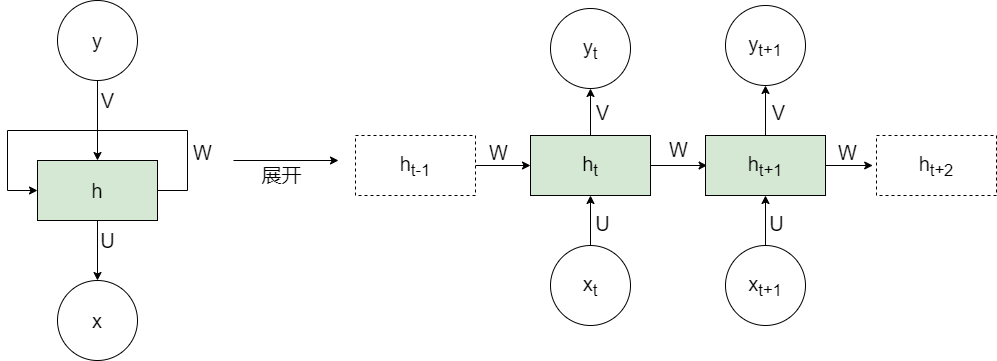
Earlier version of the draw.io export rnn-structure.drawio.png (lakomi/pictures). Source tidied: cells renumbered, new cells last; positions are measured from the earlier drawing's top-left corner, leaving out a move shared by most shapes.
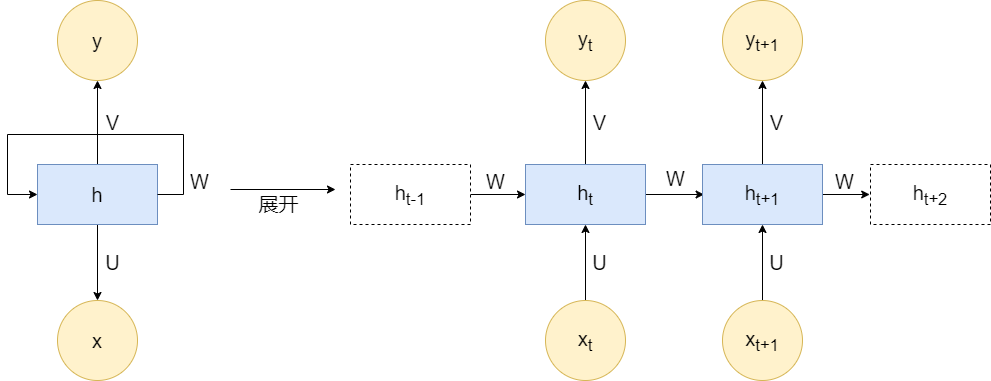
Above is the later version.

Change to the diagram source:
```diff
@@ -2,38 +2,26 @@
   <root>
     <mxCell id="0" />
     <mxCell id="1" parent="0" />
-    <mxCell id="2" style="edgeStyle=orthogonalEdgeStyle;rounded=0;jettySize=auto;html=1;" parent="1" edge="1" source="3">
-      <mxGeometry relative="1" as="geometry">
-        <mxPoint x="90" y="160" as="targetPoint" />
-      </mxGeometry>
-    </mxCell>
-    <mxCell id="3" value="&lt;font style=&quot;font-size: 20px&quot;&gt;y&lt;/font&gt;" style="ellipse;whiteSpace=wrap;html=1;" parent="1" vertex="1">
-      <mxGeometry x="50" width="80" height="80" as="geometry" />
+    <mxCell id="3" value="&lt;font style=&quot;font-size: 20px&quot;&gt;y&lt;/font&gt;" style="ellipse;whiteSpace=wrap;html=1;fillColor=#fff2cc;strokeColor=#d6b656;" parent="1" vertex="1">
+      <mxGeometry x="53" y="-29" width="80" height="80" as="geometry" />
     </mxCell>
     <mxCell id="4" style="edgeStyle=orthogonalEdgeStyle;rounded=0;jettySize=auto;html=1;" parent="1" edge="1" source="5" target="6">
       <mxGeometry relative="1" as="geometry" />
     </mxCell>
+    <mxCell id="35" style="edgeStyle=orthogonalEdgeStyle;rounded=0;jettySize=auto;html=1;exitX=0.5;exitY=0;exitDx=0;exitDy=0;entryX=0.5;entryY=1;entryDx=0;entryDy=0;" parent="1" edge="1" source="5" target="3">
+      <mxGeometry relative="1" as="geometry" />
+    </mxCell>
-    <mxCell id="5" value="&lt;font style=&quot;font-size: 20px&quot;&gt;h&lt;/font&gt;" style="rounded=0;whiteSpace=wrap;html=1;fillColor=#d5e8d4;strokeColor=#000000;" parent="1" vertex="1">
-      <mxGeometry x="30" y="160" width="120" height="60" as="geometry" />
+    <mxCell id="5" value="&lt;font style=&quot;font-size: 20px&quot;&gt;h&lt;/font&gt;" style="rounded=0;whiteSpace=wrap;html=1;fillColor=#dae8fc;strokeColor=#6c8ebf;" parent="1" vertex="1">
+      <mxGeometry x="33" y="135" width="120" height="60" as="geometry" />
     </mxCell>
-    <mxCell id="6" value="&lt;font style=&quot;font-size: 20px&quot;&gt;x&lt;/font&gt;" style="ellipse;whiteSpace=wrap;html=1;strokeWidth=1;" parent="1" vertex="1">
-      <mxGeometry x="50" y="280" width="80" height="80" as="geometry" />
+    <mxCell id="6" value="&lt;font style=&quot;font-size: 20px&quot;&gt;x&lt;/font&gt;" style="ellipse;whiteSpace=wrap;html=1;strokeWidth=1;fillColor=#fff2cc;strokeColor=#d6b656;" parent="1" vertex="1">
+      <mxGeometry x="53" y="271" width="80" height="80" as="geometry" />
     </mxCell>
-    <mxCell id="7" style="edgeStyle=orthogonalEdgeStyle;rounded=0;orthogonalLoop=1;jettySize=auto;html=1;exitX=1;exitY=0.5;exitDx=0;exitDy=0;entryX=0;entryY=0.5;entryDx=0;entryDy=0;" parent="1" edge="1" source="5" target="5">
-      <mxGeometry relative="1" as="geometry">
-        <Array as="points">
-          <mxPoint x="180" y="190" />
-          <mxPoint x="180" y="130" />
-          <mxPoint y="130" />
-          <mxPoint y="190" />
-        </Array>
-      </mxGeometry>
-    </mxCell>
     <mxCell id="8" value="V" style="text;html=1;align=center;verticalAlign=middle;strokeColor=none;fillColor=none;fontSize=20;" parent="1" vertex="1">
-      <mxGeometry x="85" y="85" width="30" height="30" as="geometry" />
+      <mxGeometry x="93" y="78" width="30" height="30" as="geometry" />
     </mxCell>
     <mxCell id="9" value="U" style="text;html=1;align=center;verticalAlign=middle;strokeColor=none;fillColor=none;fontSize=20;" parent="1" vertex="1">
-      <mxGeometry x="85" y="225" width="30" height="30" as="geometry" />
+      <mxGeometry x="93" y="218" width="30" height="30" as="geometry" />
     </mxCell>
     <mxCell id="10" style="endArrow=classic;html=1;rounded=0;fontSize=20;" parent="1" edge="1">
       <mxGeometry relative="1" as="geometry">
@@ -52,14 +40,14 @@
     <mxCell id="13" style="edgeStyle=orthogonalEdgeStyle;rounded=0;jettySize=auto;html=1;exitX=0.5;exitY=0;exitDx=0;exitDy=0;fontSize=20;entryX=0.5;entryY=1;entryDx=0;entryDy=0;" parent="1" edge="1" source="14" target="20">
       <mxGeometry relative="1" as="geometry" />
     </mxCell>
-    <mxCell id="14" value="h&lt;sub&gt;t&lt;/sub&gt;" style="rounded=0;whiteSpace=wrap;html=1;fontSize=20;strokeWidth=1;fillColor=#d5e8d4;strokeColor=#000000;" parent="1" vertex="1">
-      <mxGeometry x="523" y="135" width="120" height="60" as="geometry" />
+    <mxCell id="14" value="h&lt;sub&gt;t&lt;/sub&gt;" style="rounded=0;whiteSpace=wrap;html=1;fontSize=20;strokeWidth=1;fillColor=#dae8fc;strokeColor=#6c8ebf;" parent="1" vertex="1">
+      <mxGeometry x="521" y="135" width="120" height="60" as="geometry" />
     </mxCell>
     <mxCell id="15" style="edgeStyle=orthogonalEdgeStyle;rounded=0;jettySize=auto;html=1;exitX=1;exitY=0.5;exitDx=0;exitDy=0;fontSize=20;" parent="1" edge="1" source="16" target="14">
       <mxGeometry relative="1" as="geometry" />
     </mxCell>
     <mxCell id="16" value="h&lt;sub&gt;t-1&lt;/sub&gt;" style="rounded=0;whiteSpace=wrap;html=1;dashed=1;fontSize=20;strokeWidth=1;" parent="1" vertex="1">
-      <mxGeometry x="348" y="135" width="120" height="60" as="geometry" />
+      <mxGeometry x="346" y="135" width="120" height="60" as="geometry" />
     </mxCell>
     <mxCell id="17" style="edgeStyle=orthogonalEdgeStyle;rounded=0;jettySize=auto;html=1;exitX=0.5;exitY=0;exitDx=0;exitDy=0;entryX=0.5;entryY=1;entryDx=0;entryDy=0;fontSize=20;" parent="1" edge="1" source="19" target="23">
       <mxGeometry relative="1" as="geometry" />
@@ -69,44 +57,44 @@
         <mxPoint x="865.2" y="165" as="targetPoint" />
       </mxGeometry>
     </mxCell>
-    <mxCell id="19" value="h&lt;sub&gt;t+1&lt;/sub&gt;" style="rounded=0;whiteSpace=wrap;html=1;fontSize=20;strokeWidth=1;fillColor=#d5e8d4;strokeColor=#000000;" parent="1" vertex="1">
+    <mxCell id="19" value="h&lt;sub&gt;t+1&lt;/sub&gt;" style="rounded=0;whiteSpace=wrap;html=1;fontSize=20;strokeWidth=1;fillColor=#dae8fc;strokeColor=#6c8ebf;" parent="1" vertex="1">
       <mxGeometry x="698" y="135" width="120" height="60" as="geometry" />
     </mxCell>
-    <mxCell id="20" value="y&lt;sub&gt;t&lt;br&gt;&lt;/sub&gt;" style="ellipse;whiteSpace=wrap;html=1;fontSize=20;strokeWidth=1;" parent="1" vertex="1">
-      <mxGeometry x="543" y="8" width="80" height="80" as="geometry" />
+    <mxCell id="20" value="y&lt;sub&gt;t&lt;br&gt;&lt;/sub&gt;" style="ellipse;whiteSpace=wrap;html=1;fontSize=20;strokeWidth=1;fillColor=#fff2cc;strokeColor=#d6b656;" parent="1" vertex="1">
+      <mxGeometry x="541" y="-29" width="80" height="80" as="geometry" />
     </mxCell>
     <mxCell id="21" style="edgeStyle=orthogonalEdgeStyle;rounded=0;jettySize=auto;html=1;exitX=0.5;exitY=0;exitDx=0;exitDy=0;entryX=0.5;entryY=1;entryDx=0;entryDy=0;fontSize=20;" parent="1" edge="1" source="22" target="14">
       <mxGeometry relative="1" as="geometry" />
     </mxCell>
-    <mxCell id="22" value="x&lt;sub&gt;t&lt;/sub&gt;" style="ellipse;whiteSpace=wrap;html=1;fontSize=20;strokeWidth=1;" parent="1" vertex="1">
-      <mxGeometry x="543" y="245" width="80" height="80" as="geometry" />
+    <mxCell id="22" value="x&lt;sub&gt;t&lt;/sub&gt;" style="ellipse;whiteSpace=wrap;html=1;fontSize=20;strokeWidth=1;fillColor=#fff2cc;strokeColor=#d6b656;" parent="1" vertex="1">
+      <mxGeometry x="541" y="271" width="80" height="80" as="geometry" />
     </mxCell>
-    <mxCell id="23" value="y&lt;sub&gt;t+1&lt;br&gt;&lt;/sub&gt;" style="ellipse;whiteSpace=wrap;html=1;fontSize=20;strokeWidth=1;" parent="1" vertex="1">
-      <mxGeometry x="718" y="5" width="80" height="80" as="geometry" />
+    <mxCell id="23" value="y&lt;sub&gt;t+1&lt;br&gt;&lt;/sub&gt;" style="ellipse;whiteSpace=wrap;html=1;fontSize=20;strokeWidth=1;fillColor=#fff2cc;strokeColor=#d6b656;" parent="1" vertex="1">
+      <mxGeometry x="718" y="-29" width="80" height="80" as="geometry" />
     </mxCell>
     <mxCell id="24" style="edgeStyle=orthogonalEdgeStyle;rounded=0;jettySize=auto;html=1;exitX=0.5;exitY=0;exitDx=0;exitDy=0;entryX=0.5;entryY=1;entryDx=0;entryDy=0;fontSize=20;" parent="1" edge="1" source="25" target="19">
       <mxGeometry relative="1" as="geometry" />
     </mxCell>
-    <mxCell id="25" value="x&lt;sub&gt;t+1&lt;/sub&gt;" style="ellipse;whiteSpace=wrap;html=1;fontSize=20;strokeWidth=1;" parent="1" vertex="1">
-      <mxGeometry x="718" y="245" width="80" height="80" as="geometry" />
+    <mxCell id="25" value="x&lt;sub&gt;t+1&lt;/sub&gt;" style="ellipse;whiteSpace=wrap;html=1;fontSize=20;strokeWidth=1;fillColor=#fff2cc;strokeColor=#d6b656;" parent="1" vertex="1">
+      <mxGeometry x="718" y="271" width="80" height="80" as="geometry" />
     </mxCell>
     <mxCell id="26" value="h&lt;sub&gt;t+2&lt;/sub&gt;" style="rounded=0;whiteSpace=wrap;html=1;dashed=1;fontSize=20;strokeWidth=1;" parent="1" vertex="1">
-      <mxGeometry x="869" y="135" width="120" height="60" as="geometry" />
+      <mxGeometry x="866" y="135" width="120" height="60" as="geometry" />
     </mxCell>
     <mxCell id="27" value="W" style="text;html=1;align=center;verticalAlign=middle;strokeColor=none;fillColor=none;fontSize=20;" parent="1" vertex="1">
       <mxGeometry x="476" y="138" width="29" height="28" as="geometry" />
     </mxCell>
     <mxCell id="28" value="V" style="text;html=1;align=center;verticalAlign=middle;strokeColor=none;fillColor=none;fontSize=20;" parent="1" vertex="1">
-      <mxGeometry x="583" y="98" width="24" height="28" as="geometry" />
+      <mxGeometry x="583" y="79" width="24" height="28" as="geometry" />
     </mxCell>
     <mxCell id="29" value="U" style="text;html=1;align=center;verticalAlign=middle;strokeColor=none;fillColor=none;fontSize=20;" parent="1" vertex="1">
-      <mxGeometry x="583" y="209" width="24" height="28" as="geometry" />
+      <mxGeometry x="583" y="219" width="24" height="28" as="geometry" />
     </mxCell>
     <mxCell id="30" value="V" style="text;html=1;align=center;verticalAlign=middle;strokeColor=none;fillColor=none;fontSize=20;" parent="1" vertex="1">
-      <mxGeometry x="759" y="98" width="24" height="28" as="geometry" />
+      <mxGeometry x="760" y="79" width="24" height="28" as="geometry" />
     </mxCell>
     <mxCell id="31" value="U" style="text;html=1;align=center;verticalAlign=middle;strokeColor=none;fillColor=none;fontSize=20;" parent="1" vertex="1">
-      <mxGeometry x="757" y="209" width="24" height="28" as="geometry" />
+      <mxGeometry x="760" y="219" width="24" height="28" as="geometry" />
     </mxCell>
     <mxCell id="32" value="W" style="text;html=1;align=center;verticalAlign=middle;strokeColor=none;fillColor=none;fontSize=20;" parent="1" vertex="1">
       <mxGeometry x="656" y="135" width="29" height="28" as="geometry" />
@@ -117,5 +105,15 @@
     <mxCell id="34" value="W" style="text;html=1;align=center;verticalAlign=middle;strokeColor=none;fillColor=none;fontSize=20;" parent="1" vertex="1">
       <mxGeometry x="180" y="138" width="29" height="28" as="geometry" />
     </mxCell>
+    <mxCell id="7" style="edgeStyle=orthogonalEdgeStyle;rounded=0;orthogonalLoop=1;jettySize=auto;html=1;exitX=1;exitY=0.5;exitDx=0;exitDy=0;entryX=0;entryY=0.5;entryDx=0;entryDy=0;" parent="1" edge="1" source="5" target="5">
+      <mxGeometry relative="1" as="geometry">
+        <Array as="points">
+          <mxPoint x="179" y="165" />
+          <mxPoint x="179" y="105" />
+          <mxPoint x="3" y="105" />
+          <mxPoint x="3" y="165" />
+        </Array>
+      </mxGeometry>
+    </mxCell>
   </root>
 </mxGraphModel>
```
